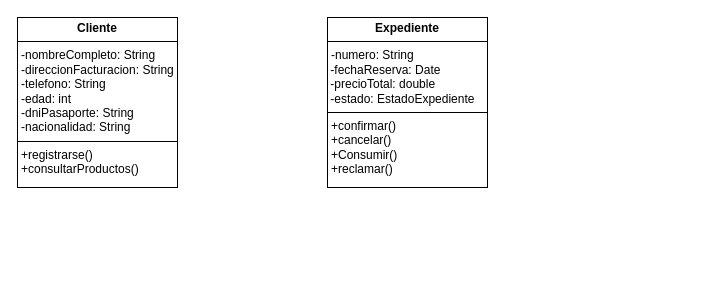
JavierIbarra25/Diseno-Orientado-a-Objetos keeps this draw.io diagram as Diagrama sin título.drawio. Above is the earlier version. Source tidied: cells renumbered, new cells numbered last; positions are measured from the earlier drawing's top-left corner, leaving out a move shared by most shapes. Both pictures are drawn from the tidied source at 100%, with x=0, y=0 at pixel (17, 17).
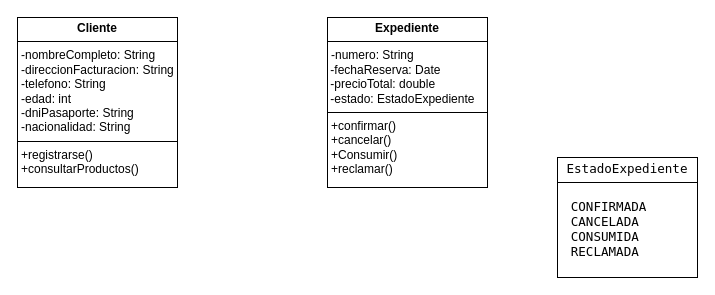
After the change.

What changed in the source:
```diff
@@
 <mxGraphModel>
   <root>
     <mxCell id="0" />
     <mxCell id="1" parent="0" />
     <mxCell id="2" value="&lt;p style=&quot;margin:0px;margin-top:4px;text-align:center;&quot;&gt;&lt;b&gt;Cliente&lt;/b&gt;&lt;/p&gt;&lt;hr size=&quot;1&quot; style=&quot;border-style:solid;&quot;&gt;&lt;p style=&quot;margin:0px;margin-left:4px;&quot;&gt;-nombreCompleto: String&lt;/p&gt;&lt;p style=&quot;margin:0px;margin-left:4px;&quot;&gt;-direccionFacturacion: String&lt;/p&gt;&lt;p style=&quot;margin:0px;margin-left:4px;&quot;&gt;-telefono: String&lt;/p&gt;&lt;p style=&quot;margin:0px;margin-left:4px;&quot;&gt;-edad: int&lt;/p&gt;&lt;p style=&quot;margin:0px;margin-left:4px;&quot;&gt;-dniPasaporte: String&lt;/p&gt;&lt;p style=&quot;margin:0px;margin-left:4px;&quot;&gt;-nacionalidad: String&lt;/p&gt;&lt;hr size=&quot;1&quot; style=&quot;border-style:solid;&quot;&gt;&lt;p style=&quot;margin:0px;margin-left:4px;&quot;&gt;+registrarse()&lt;br&gt;  +consultarProductos()&lt;/p&gt;" style="verticalAlign=top;align=left;overflow=fill;html=1;whiteSpace=wrap;" parent="1" vertex="1">
       <mxGeometry width="160" height="170" as="geometry" />
     </mxCell>
     <mxCell id="3" value="&lt;p style=&quot;margin:0px;margin-top:4px;text-align:center;&quot;&gt;&lt;b&gt;Expediente&lt;/b&gt;&lt;/p&gt;&lt;hr size=&quot;1&quot; style=&quot;border-style:solid;&quot;&gt;&lt;p style=&quot;margin:0px;margin-left:4px;&quot;&gt;&lt;span style=&quot;background-color: transparent; color: light-dark(rgb(0, 0, 0), rgb(255, 255, 255));&quot;&gt;-numero: String&amp;nbsp;&lt;/span&gt;&lt;/p&gt;&lt;div&gt;&lt;div&gt;&amp;nbsp;-fechaReserva: Date&amp;nbsp;&lt;/div&gt;&lt;div&gt;&amp;nbsp;-precioTotal: double&lt;/div&gt;&lt;div&gt;&amp;nbsp;-estado: EstadoExpediente&lt;/div&gt;&lt;/div&gt;&lt;hr size=&quot;1&quot; style=&quot;border-style:solid;&quot;&gt;&lt;p style=&quot;margin: 0px 0px 0px 4px;&quot;&gt;+confirmar()&amp;nbsp;&lt;/p&gt;&lt;p style=&quot;margin: 0px 0px 0px 4px;&quot;&gt;+cancelar()&lt;br&gt;+Consumir()&lt;br&gt;+reclamar()&lt;/p&gt;" style="verticalAlign=top;align=left;overflow=fill;html=1;whiteSpace=wrap;" parent="1" vertex="1">
       <mxGeometry x="310" width="160" height="170" as="geometry" />
     </mxCell>
+    <mxCell id="4" value="&lt;p style=&quot;margin:0px;margin-top:4px;text-align:center;&quot;&gt;&lt;span style=&quot;font-family: Menlo, &amp;quot;Roboto Mono&amp;quot;, &amp;quot;Courier New&amp;quot;, Courier, monospace, Inter, sans-serif; font-size: 12.573px; background-color: transparent; color: light-dark(rgb(0, 0, 0), rgb(255, 255, 255)); text-align: left;&quot;&gt;EstadoExpediente&lt;/span&gt;&lt;/p&gt;&lt;hr size=&quot;1&quot; style=&quot;border-style:solid;&quot;&gt;&lt;div style=&quot;height:2px;&quot;&gt;&lt;pre style=&quot;font-family: Menlo, &amp;quot;Roboto Mono&amp;quot;, &amp;quot;Courier New&amp;quot;, Courier, monospace, Inter, sans-serif; overflow: auto; padding: 9.144px 13.716px; text-wrap-mode: wrap; word-break: break-all; font-size: 12.573px; margin-top: 0px !important; margin-bottom: 0px !important;&quot;&gt;CONFIRMADA&lt;br&gt;CANCELADA&lt;br&gt;CONSUMIDA&lt;br&gt;RECLAMADA&lt;/pre&gt;&lt;/div&gt;" style="verticalAlign=top;align=left;overflow=fill;html=1;whiteSpace=wrap;" parent="1" vertex="1">
+      <mxGeometry x="540" y="140" width="140" height="120" as="geometry" />
+    </mxCell>
   </root>
 </mxGraphModel>
```
